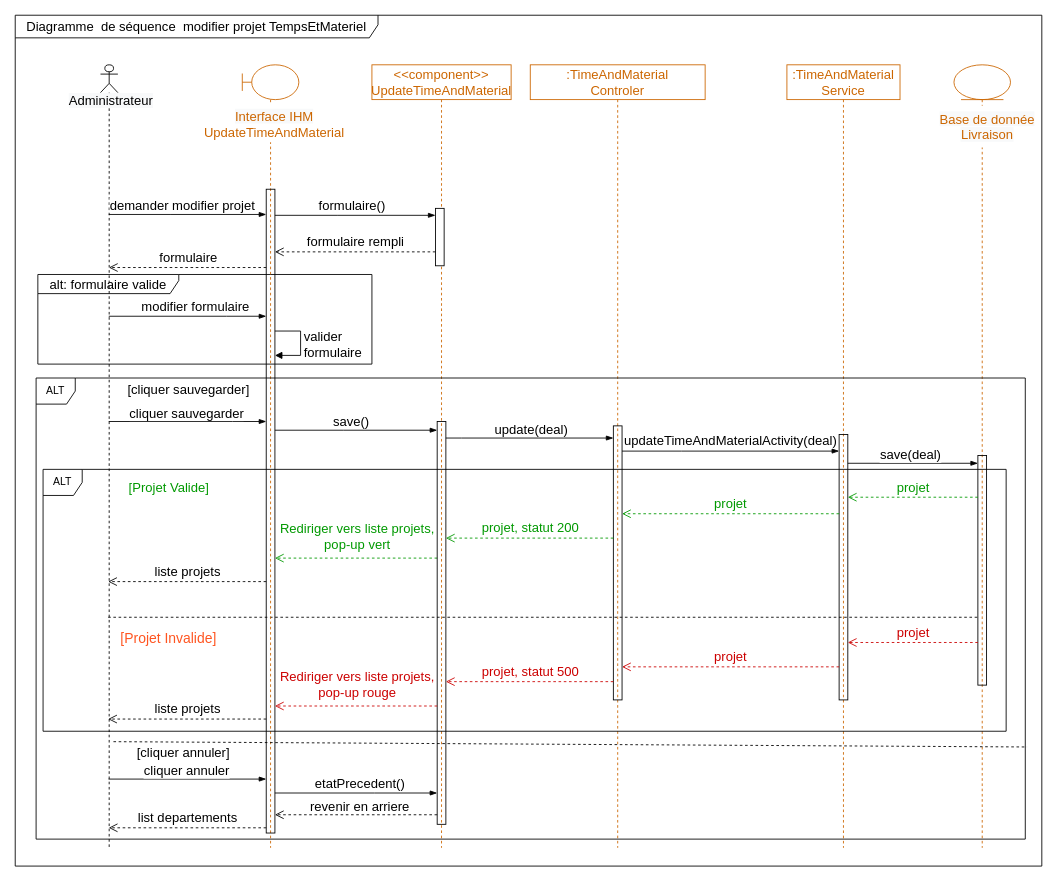
The draw.io diagram Delivery/UpdateTimeAndMaterialProjectDiagrammeSequence.drawio in ZidiMedAmine/UML, before the edit. Source tidied: cells renumbered, new cells numbered last; positions are measured from the earlier drawing's top-left corner, leaving out a move shared by most shapes. Both pictures are drawn from the tidied source at 87%, with x=0, y=0 at pixel (15, 15).
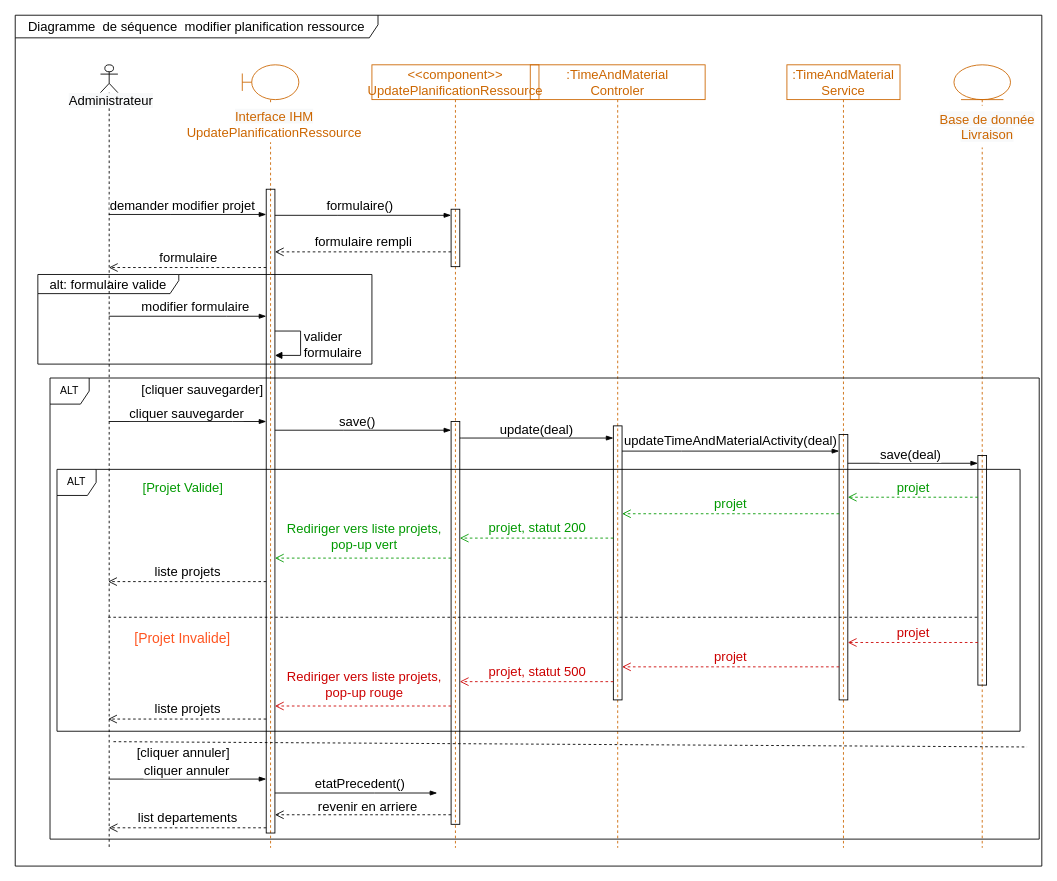
The same page after the edit.

Commit message:
Mettre à jour UpdateTimeAndMaterialProjectDiagrammeSequence.drawio

Unchanged cells that the change refers to:
```xml
<mxCell id="14" style="shape=umlLifeline;participant=umlBoundary;perimeter=lifelinePerimeter;whiteSpace=wrap;html=1;verticalAlign=top;spacingTop=36;rounded=0;shadow=0;glass=0;sketch=0;fontSize=15;fillColor=none;fontColor=#CC6600;strokeColor=#CC6600;" parent="1" vertex="1">
  <mxGeometry x="261" y="57" width="65" height="900" as="geometry" />
</mxCell>
```

Change to the diagram source:
```diff
@@
-    <mxCell id="2" value="Diagramme&amp;nbsp; de séquence&amp;nbsp; modifier projet TempsEtMateriel" style="shape=umlFrame;whiteSpace=wrap;html=1;rounded=0;shadow=0;glass=0;sketch=0;fontSize=15;fillColor=none;width=417;height=26;" parent="1" vertex="1">
+    <mxCell id="2" value="Diagramme&amp;nbsp; de séquence&amp;nbsp; modifier planification ressource" style="shape=umlFrame;whiteSpace=wrap;html=1;rounded=0;shadow=0;glass=0;sketch=0;fontSize=15;fillColor=none;width=417;height=26;" parent="1" vertex="1">
       <mxGeometry width="1180" height="978" as="geometry" />
     </mxCell>
@@
-    <mxCell id="15" value="&lt;span style=&quot;font-family: Helvetica; font-size: 15px; font-style: normal; font-variant-ligatures: normal; font-variant-caps: normal; font-weight: 400; letter-spacing: normal; orphans: 2; text-indent: 0px; text-transform: none; widows: 2; word-spacing: 0px; -webkit-text-stroke-width: 0px; background-color: rgb(248, 249, 250); text-decoration-thickness: initial; text-decoration-style: initial; text-decoration-color: initial; float: none; display: inline !important;&quot;&gt;Interface IHM&lt;/span&gt;&lt;br style=&quot;font-family: Helvetica; font-size: 15px; font-style: normal; font-variant-ligatures: normal; font-variant-caps: normal; font-weight: 400; letter-spacing: normal; orphans: 2; text-indent: 0px; text-transform: none; widows: 2; word-spacing: 0px; -webkit-text-stroke-width: 0px; background-color: rgb(248, 249, 250); text-decoration-thickness: initial; text-decoration-style: initial; text-decoration-color: initial;&quot;&gt;UpdateTimeAndMaterial" style="text;whiteSpace=wrap;html=1;fontSize=15;align=center;fillColor=default;fontColor=#CC6600;" parent="14" vertex="1">
+    <mxCell id="15" value="&lt;span style=&quot;font-family: Helvetica; font-size: 15px; font-style: normal; font-variant-ligatures: normal; font-variant-caps: normal; font-weight: 400; letter-spacing: normal; orphans: 2; text-indent: 0px; text-transform: none; widows: 2; word-spacing: 0px; -webkit-text-stroke-width: 0px; background-color: rgb(248, 249, 250); text-decoration-thickness: initial; text-decoration-style: initial; text-decoration-color: initial; float: none; display: inline !important;&quot;&gt;Interface IHM&lt;/span&gt;&lt;br style=&quot;font-family: Helvetica; font-size: 15px; font-style: normal; font-variant-ligatures: normal; font-variant-caps: normal; font-weight: 400; letter-spacing: normal; orphans: 2; text-indent: 0px; text-transform: none; widows: 2; word-spacing: 0px; -webkit-text-stroke-width: 0px; background-color: rgb(248, 249, 250); text-decoration-thickness: initial; text-decoration-style: initial; text-decoration-color: initial;&quot;&gt;UpdatePlanificationRessource" style="text;whiteSpace=wrap;html=1;fontSize=15;align=center;fillColor=default;fontColor=#CC6600;" parent="14" vertex="1">
       <mxGeometry x="-24" y="44" width="122" height="45" as="geometry" />
     </mxCell>
@@
-    <mxCell id="26" value="&amp;lt;&amp;lt;component&amp;gt;&amp;gt;&lt;br&gt;UpdateTimeAndMaterial" style="shape=umlLifeline;perimeter=lifelinePerimeter;whiteSpace=wrap;html=1;rounded=0;shadow=0;glass=0;sketch=0;fillColor=none;fontSize=15;fontColor=#CC6600;strokeColor=#CC6600;" parent="1" vertex="1">
-      <mxGeometry x="410" y="57" width="160" height="900" as="geometry" />
+    <mxCell id="26" value="&amp;lt;&amp;lt;component&amp;gt;&amp;gt;&lt;br&gt;UpdatePlanificationRessource" style="shape=umlLifeline;perimeter=lifelinePerimeter;whiteSpace=wrap;html=1;rounded=0;shadow=0;glass=0;sketch=0;fillColor=none;fontSize=15;fontColor=#CC6600;strokeColor=#CC6600;" parent="1" vertex="1">
+      <mxGeometry x="410" y="57" width="192" height="900" as="geometry" />
     </mxCell>
-    <mxCell id="27" style="html=1;points=[];perimeter=orthogonalPerimeter;" parent="26" vertex="1">
-      <mxGeometry x="73" y="165" width="10" height="66" as="geometry" />
+    <mxCell id="27" style="html=1;points=[];perimeter=orthogonalPerimeter;fontSize=15;fillColor=none;rounded=0;shadow=0;glass=0;sketch=0;" parent="26" vertex="1">
+      <mxGeometry x="91" y="166" width="10" height="66" as="geometry" />
     </mxCell>
@@
     <mxCell id="41" style="group;" parent="1" vertex="1">
-      <mxGeometry x="10" y="380" width="1151" height="565" as="geometry" />
+      <mxGeometry x="26" y="380" width="1151" height="565" as="geometry" />
     </mxCell>
```
